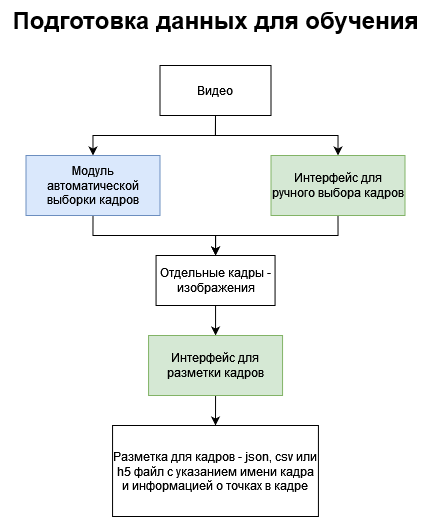
The draw.io diagram images/architecture - data preparation.png in HidenYT/rabbit-keypoint-detection, before a commit. Source tidied: cells renumbered, new cells last; positions are measured from the earlier drawing's top-left corner, leaving out a move shared by most shapes. Its diagram source:
```xml
<mxGraphModel>
  <root>
    <mxCell id="0" />
    <mxCell id="1" parent="0" />
    <mxCell id="2" style="edgeStyle=orthogonalEdgeStyle;rounded=0;jettySize=auto;html=1;exitX=0.5;exitY=1;exitDx=0;exitDy=0;entryX=0.5;entryY=0;entryDx=0;entryDy=0;" parent="1" edge="1" source="4" target="14">
      <mxGeometry relative="1" as="geometry" />
    </mxCell>
    <mxCell id="3" style="edgeStyle=orthogonalEdgeStyle;rounded=0;jettySize=auto;html=1;exitX=0.5;exitY=1;exitDx=0;exitDy=0;entryX=0.5;entryY=0;entryDx=0;entryDy=0;" parent="1" edge="1" source="4" target="8">
      <mxGeometry relative="1" as="geometry" />
    </mxCell>
    <mxCell id="4" value="Видео" style="rounded=0;whiteSpace=wrap;html=1;" parent="1" vertex="1">
      <mxGeometry x="159.5" y="65" width="111" height="50" as="geometry" />
    </mxCell>
    <mxCell id="5" style="edgeStyle=orthogonalEdgeStyle;rounded=0;jettySize=auto;html=1;exitX=0.5;exitY=1;exitDx=0;exitDy=0;entryX=0.5;entryY=0;entryDx=0;entryDy=0;" parent="1" edge="1" source="6" target="10">
      <mxGeometry relative="1" as="geometry" />
    </mxCell>
    <mxCell id="6" value="Отдельные кадры - изображения" style="rounded=0;whiteSpace=wrap;html=1;" parent="1" vertex="1">
      <mxGeometry x="155.6" y="255" width="119" height="50" as="geometry" />
    </mxCell>
    <mxCell id="7" style="edgeStyle=orthogonalEdgeStyle;rounded=0;jettySize=auto;html=1;exitX=0.5;exitY=1;exitDx=0;exitDy=0;entryX=0.5;entryY=0;entryDx=0;entryDy=0;" parent="1" edge="1" source="8" target="6">
      <mxGeometry relative="1" as="geometry" />
    </mxCell>
    <mxCell id="8" value="Модуль автоматической выборки кадров" style="rounded=0;whiteSpace=wrap;html=1;fillColor=#dae8fc;strokeColor=#6c8ebf;" parent="1" vertex="1">
      <mxGeometry x="25.5" y="155" width="134" height="60" as="geometry" />
    </mxCell>
    <mxCell id="9" style="edgeStyle=orthogonalEdgeStyle;rounded=0;jettySize=auto;html=1;exitX=0.5;exitY=1;exitDx=0;exitDy=0;entryX=0.5;entryY=0;entryDx=0;entryDy=0;" parent="1" edge="1" source="10" target="11">
      <mxGeometry relative="1" as="geometry" />
    </mxCell>
    <mxCell id="10" value="Интерфейс для разметки кадров" style="rounded=0;whiteSpace=wrap;html=1;fillColor=#d5e8d4;strokeColor=#82b366;" parent="1" vertex="1">
      <mxGeometry x="148.1" y="335" width="134" height="60" as="geometry" />
    </mxCell>
    <mxCell id="11" value="Разметка для кадров - json, csv или h5 файл с указанием имени кадра и информацией о точках в кадре" style="rounded=0;whiteSpace=wrap;html=1;" parent="1" vertex="1">
      <mxGeometry x="112.1" y="425" width="205.9" height="91" as="geometry" />
    </mxCell>
    <mxCell id="12" value="&lt;font style=&quot;font-size: 24px;&quot;&gt;&lt;b&gt;Подготовка данных для обучения&lt;br&gt;&lt;/b&gt;&lt;/font&gt;" style="text;html=1;align=center;verticalAlign=middle;strokeColor=none;fillColor=none;" parent="1" vertex="1">
      <mxGeometry width="430" height="40" as="geometry" />
    </mxCell>
    <mxCell id="13" style="edgeStyle=orthogonalEdgeStyle;rounded=0;jettySize=auto;html=1;exitX=0.5;exitY=1;exitDx=0;exitDy=0;entryX=0.5;entryY=0;entryDx=0;entryDy=0;" parent="1" edge="1" source="14" target="6">
      <mxGeometry relative="1" as="geometry" />
    </mxCell>
    <mxCell id="14" value="Интерфейс для ручного выбора кадров" style="rounded=0;whiteSpace=wrap;html=1;fillColor=#d5e8d4;strokeColor=#82b366;" parent="1" vertex="1">
      <mxGeometry x="270.5" y="155" width="134" height="60" as="geometry" />
    </mxCell>
    <mxCell id="15" style="edgeStyle=orthogonalEdgeStyle;rounded=0;orthogonalLoop=1;jettySize=auto;html=1;exitX=0.5;exitY=1;exitDx=0;exitDy=0;" parent="1" edge="1" source="14" target="14">
      <mxGeometry relative="1" as="geometry" />
    </mxCell>
  </root>
</mxGraphModel>
```
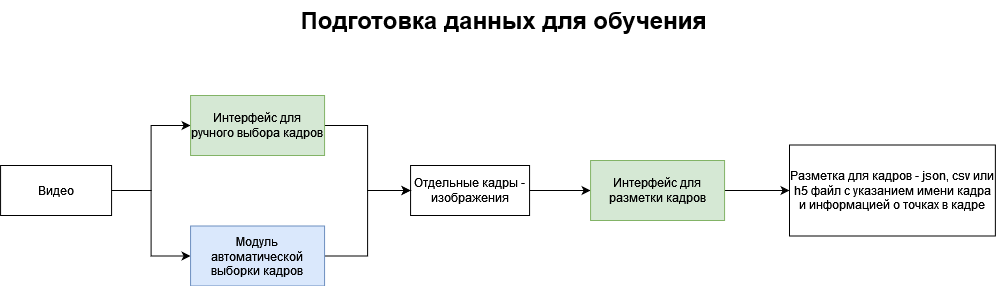
Above is the later version.

Change to the diagram source:
```diff
@@ -2,44 +2,44 @@
   <root>
     <mxCell id="0" />
     <mxCell id="1" parent="0" />
-    <mxCell id="2" style="edgeStyle=orthogonalEdgeStyle;rounded=0;jettySize=auto;html=1;exitX=0.5;exitY=1;exitDx=0;exitDy=0;entryX=0.5;entryY=0;entryDx=0;entryDy=0;" parent="1" edge="1" source="4" target="14">
+    <mxCell id="2" style="edgeStyle=orthogonalEdgeStyle;rounded=0;jettySize=auto;html=1;exitX=1;exitY=0.5;exitDx=0;exitDy=0;entryX=0;entryY=0.5;entryDx=0;entryDy=0;" parent="1" edge="1" source="4" target="14">
       <mxGeometry relative="1" as="geometry" />
     </mxCell>
-    <mxCell id="3" style="edgeStyle=orthogonalEdgeStyle;rounded=0;jettySize=auto;html=1;exitX=0.5;exitY=1;exitDx=0;exitDy=0;entryX=0.5;entryY=0;entryDx=0;entryDy=0;" parent="1" edge="1" source="4" target="8">
+    <mxCell id="3" style="edgeStyle=orthogonalEdgeStyle;rounded=0;jettySize=auto;html=1;exitX=1;exitY=0.5;exitDx=0;exitDy=0;entryX=0;entryY=0.5;entryDx=0;entryDy=0;" parent="1" edge="1" source="4" target="8">
       <mxGeometry relative="1" as="geometry" />
     </mxCell>
     <mxCell id="4" value="Видео" style="rounded=0;whiteSpace=wrap;html=1;" parent="1" vertex="1">
-      <mxGeometry x="159.5" y="65" width="111" height="50" as="geometry" />
+      <mxGeometry x="-287.9" y="165" width="111" height="50" as="geometry" />
     </mxCell>
-    <mxCell id="5" style="edgeStyle=orthogonalEdgeStyle;rounded=0;jettySize=auto;html=1;exitX=0.5;exitY=1;exitDx=0;exitDy=0;entryX=0.5;entryY=0;entryDx=0;entryDy=0;" parent="1" edge="1" source="6" target="10">
+    <mxCell id="5" style="edgeStyle=orthogonalEdgeStyle;rounded=0;jettySize=auto;html=1;exitX=1;exitY=0.5;exitDx=0;exitDy=0;entryX=0;entryY=0.5;entryDx=0;entryDy=0;" parent="1" edge="1" source="6" target="10">
       <mxGeometry relative="1" as="geometry" />
     </mxCell>
     <mxCell id="6" value="Отдельные кадры - изображения" style="rounded=0;whiteSpace=wrap;html=1;" parent="1" vertex="1">
-      <mxGeometry x="155.6" y="255" width="119" height="50" as="geometry" />
+      <mxGeometry x="122.1" y="165" width="119" height="50" as="geometry" />
     </mxCell>
-    <mxCell id="7" style="edgeStyle=orthogonalEdgeStyle;rounded=0;jettySize=auto;html=1;exitX=0.5;exitY=1;exitDx=0;exitDy=0;entryX=0.5;entryY=0;entryDx=0;entryDy=0;" parent="1" edge="1" source="8" target="6">
+    <mxCell id="7" style="edgeStyle=orthogonalEdgeStyle;rounded=0;jettySize=auto;html=1;exitX=1;exitY=0.5;exitDx=0;exitDy=0;entryX=0;entryY=0.5;entryDx=0;entryDy=0;" parent="1" edge="1" source="8" target="6">
       <mxGeometry relative="1" as="geometry" />
     </mxCell>
     <mxCell id="8" value="Модуль автоматической выборки кадров" style="rounded=0;whiteSpace=wrap;html=1;fillColor=#dae8fc;strokeColor=#6c8ebf;" parent="1" vertex="1">
-      <mxGeometry x="25.5" y="155" width="134" height="60" as="geometry" />
+      <mxGeometry x="-97.9" y="225.5" width="134" height="60" as="geometry" />
     </mxCell>
-    <mxCell id="9" style="edgeStyle=orthogonalEdgeStyle;rounded=0;jettySize=auto;html=1;exitX=0.5;exitY=1;exitDx=0;exitDy=0;entryX=0.5;entryY=0;entryDx=0;entryDy=0;" parent="1" edge="1" source="10" target="11">
+    <mxCell id="9" style="edgeStyle=orthogonalEdgeStyle;rounded=0;jettySize=auto;html=1;exitX=1;exitY=0.5;exitDx=0;exitDy=0;entryX=0;entryY=0.5;entryDx=0;entryDy=0;" parent="1" edge="1" source="10" target="11">
       <mxGeometry relative="1" as="geometry" />
     </mxCell>
     <mxCell id="10" value="Интерфейс для разметки кадров" style="rounded=0;whiteSpace=wrap;html=1;fillColor=#d5e8d4;strokeColor=#82b366;" parent="1" vertex="1">
-      <mxGeometry x="148.1" y="335" width="134" height="60" as="geometry" />
+      <mxGeometry x="302.1" y="160" width="134" height="60" as="geometry" />
     </mxCell>
     <mxCell id="11" value="Разметка для кадров - json, csv или h5 файл с указанием имени кадра и информацией о точках в кадре" style="rounded=0;whiteSpace=wrap;html=1;" parent="1" vertex="1">
-      <mxGeometry x="112.1" y="425" width="205.9" height="91" as="geometry" />
+      <mxGeometry x="501" y="144.5" width="205.9" height="91" as="geometry" />
     </mxCell>
     <mxCell id="12" value="&lt;font style=&quot;font-size: 24px;&quot;&gt;&lt;b&gt;Подготовка данных для обучения&lt;br&gt;&lt;/b&gt;&lt;/font&gt;" style="text;html=1;align=center;verticalAlign=middle;strokeColor=none;fillColor=none;" parent="1" vertex="1">
       <mxGeometry width="430" height="40" as="geometry" />
     </mxCell>
-    <mxCell id="13" style="edgeStyle=orthogonalEdgeStyle;rounded=0;jettySize=auto;html=1;exitX=0.5;exitY=1;exitDx=0;exitDy=0;entryX=0.5;entryY=0;entryDx=0;entryDy=0;" parent="1" edge="1" source="14" target="6">
+    <mxCell id="13" style="edgeStyle=orthogonalEdgeStyle;rounded=0;jettySize=auto;html=1;exitX=1;exitY=0.5;exitDx=0;exitDy=0;entryX=0;entryY=0.5;entryDx=0;entryDy=0;" parent="1" edge="1" source="14" target="6">
       <mxGeometry relative="1" as="geometry" />
     </mxCell>
     <mxCell id="14" value="Интерфейс для ручного выбора кадров" style="rounded=0;whiteSpace=wrap;html=1;fillColor=#d5e8d4;strokeColor=#82b366;" parent="1" vertex="1">
-      <mxGeometry x="270.5" y="155" width="134" height="60" as="geometry" />
+      <mxGeometry x="-97.9" y="95" width="134" height="60" as="geometry" />
     </mxCell>
     <mxCell id="15" style="edgeStyle=orthogonalEdgeStyle;rounded=0;orthogonalLoop=1;jettySize=auto;html=1;exitX=0.5;exitY=1;exitDx=0;exitDy=0;" parent="1" edge="1" source="14" target="14">
       <mxGeometry relative="1" as="geometry" />
```
